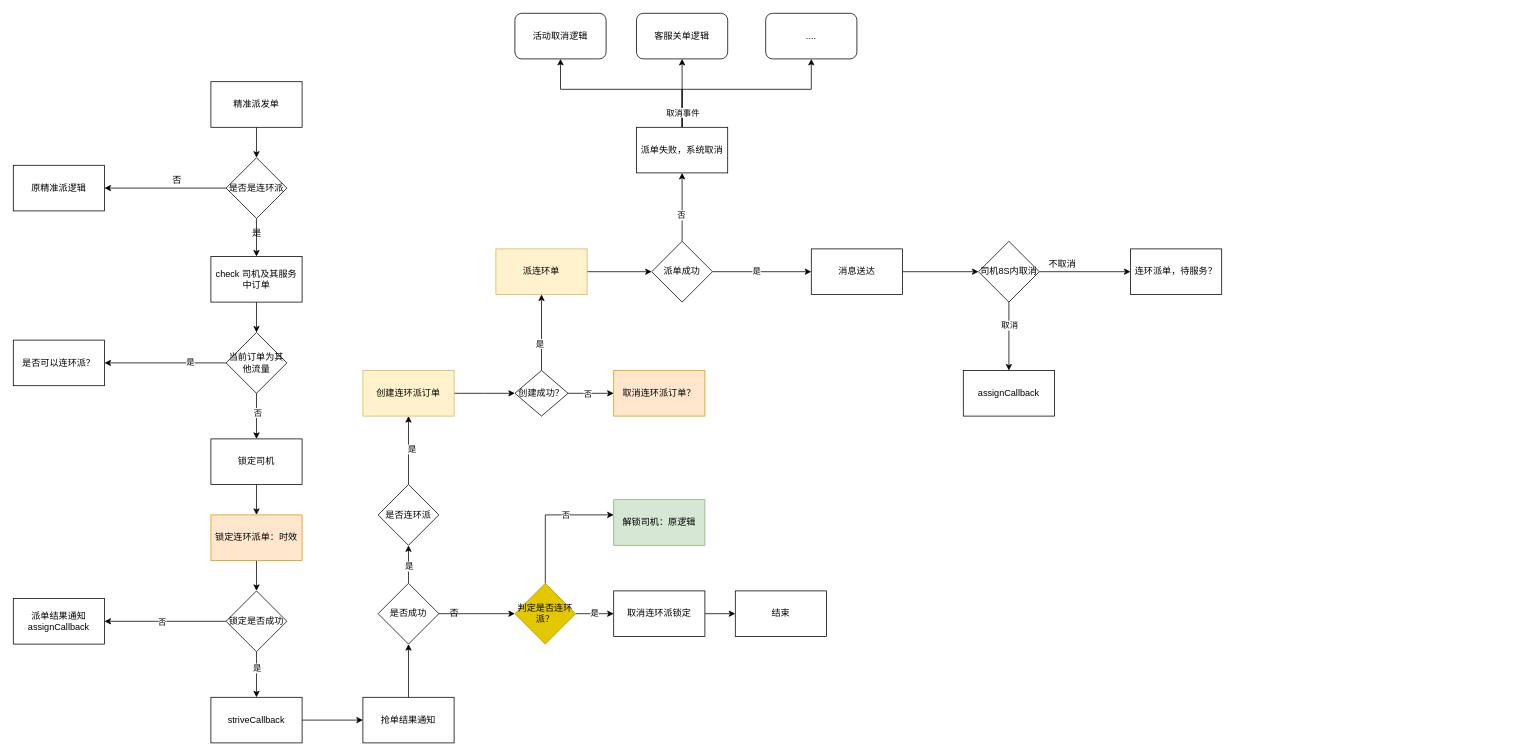
Earlier version of the draw.io diagram file/Untitled Diagram.drawio (qiu122/draw.io). Source tidied: cells renumbered, new cells numbered last; positions are measured from the earlier drawing's top-left corner, leaving out a move shared by most shapes. Both pictures are drawn from the tidied source at 76%, with x=0, y=0 at pixel (13, 13).
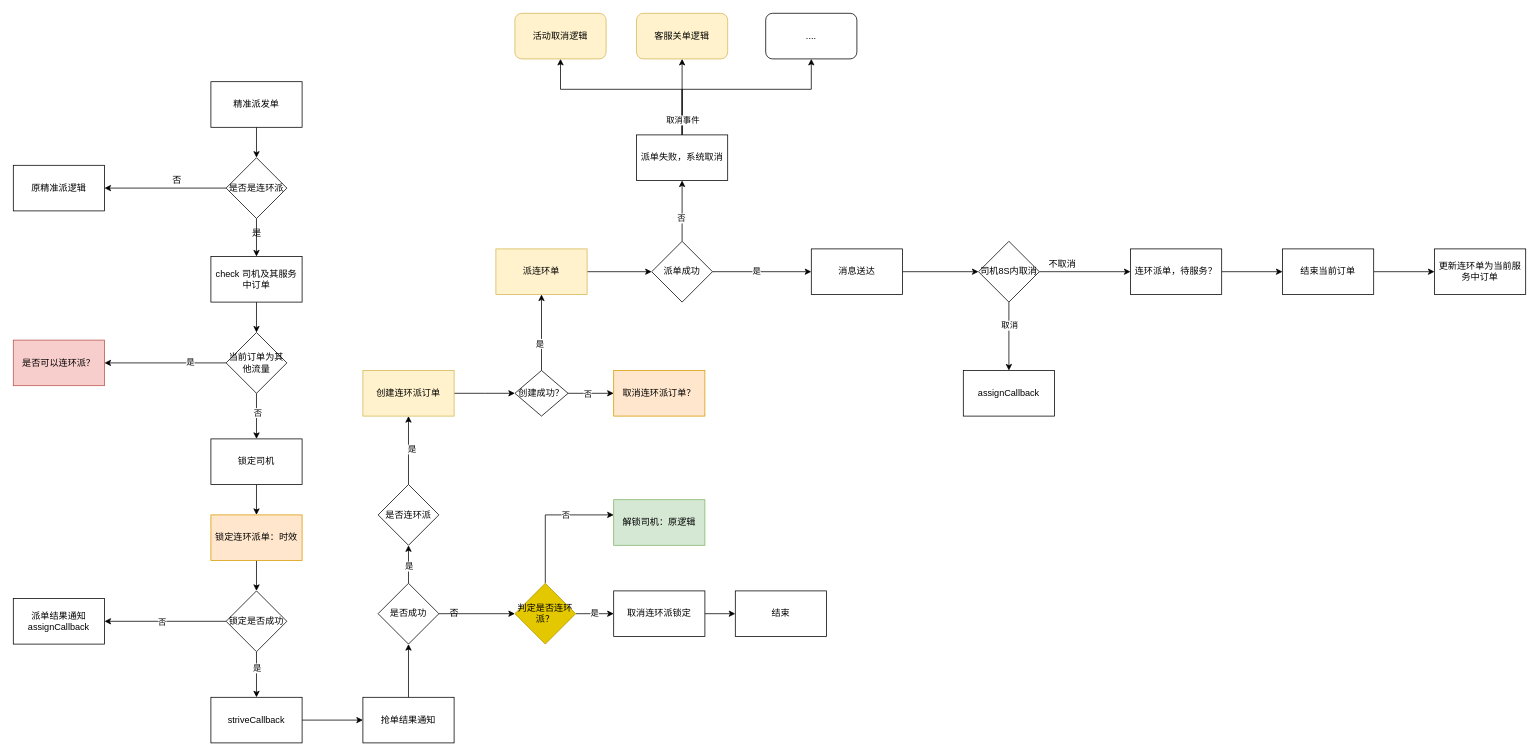
The same page after the edit.

Unchanged cells that the change refers to:
```xml
<mxCell id="76" value="连环派单，待服务？" style="whiteSpace=wrap;html=1;" parent="1" vertex="1">
  <mxGeometry x="1470" y="310" width="120" height="60" as="geometry" />
</mxCell>
```

Change to the diagram source:
```diff
@@
-    <mxCell id="17" value="是否可以连环派？" style="whiteSpace=wrap;html=1;" parent="1" vertex="1">
+    <mxCell id="17" value="是否可以连环派？" style="whiteSpace=wrap;html=1;fillColor=#f8cecc;strokeColor=#b85450;" parent="1" vertex="1">
       <mxGeometry y="430" width="120" height="60" as="geometry" />
     </mxCell>
@@
     <mxCell id="70" value="派单失败，系统取消" style="whiteSpace=wrap;html=1;" parent="1" vertex="1">
-      <mxGeometry x="820" y="150" width="120" height="60" as="geometry" />
+      <mxGeometry x="820" y="160" width="120" height="60" as="geometry" />
     </mxCell>
@@
+    <mxCell id="81" style="edgeStyle=orthogonalEdgeStyle;rounded=0;jettySize=auto;html=1;" parent="1" edge="1" source="76" target="83">
+      <mxGeometry relative="1" as="geometry" />
+    </mxCell>
@@
-    <mxCell id="78" value="客服关单逻辑" style="rounded=1;whiteSpace=wrap;html=1;" parent="1" vertex="1">
+    <mxCell id="78" value="客服关单逻辑" style="rounded=1;whiteSpace=wrap;html=1;fillColor=#fff2cc;strokeColor=#d6b656;" parent="1" vertex="1">
       <mxGeometry x="820" width="120" height="60" as="geometry" />
     </mxCell>
-    <mxCell id="79" value="活动取消逻辑" style="rounded=1;whiteSpace=wrap;html=1;" parent="1" vertex="1">
+    <mxCell id="79" value="活动取消逻辑" style="rounded=1;whiteSpace=wrap;html=1;fillColor=#fff2cc;strokeColor=#d6b656;" parent="1" vertex="1">
       <mxGeometry x="660" width="120" height="60" as="geometry" />
     </mxCell>
@@
+    <mxCell id="82" style="edgeStyle=orthogonalEdgeStyle;rounded=0;jettySize=auto;html=1;" parent="1" edge="1" source="83" target="84">
+      <mxGeometry relative="1" as="geometry" />
+    </mxCell>
+    <mxCell id="83" value="结束当前订单" style="whiteSpace=wrap;html=1;" parent="1" vertex="1">
+      <mxGeometry x="1670" y="310" width="120" height="60" as="geometry" />
+    </mxCell>
+    <mxCell id="84" value="更新连环单为当前服务中订单" style="whiteSpace=wrap;html=1;" parent="1" vertex="1">
+      <mxGeometry x="1870" y="310" width="120" height="60" as="geometry" />
+    </mxCell>
```
